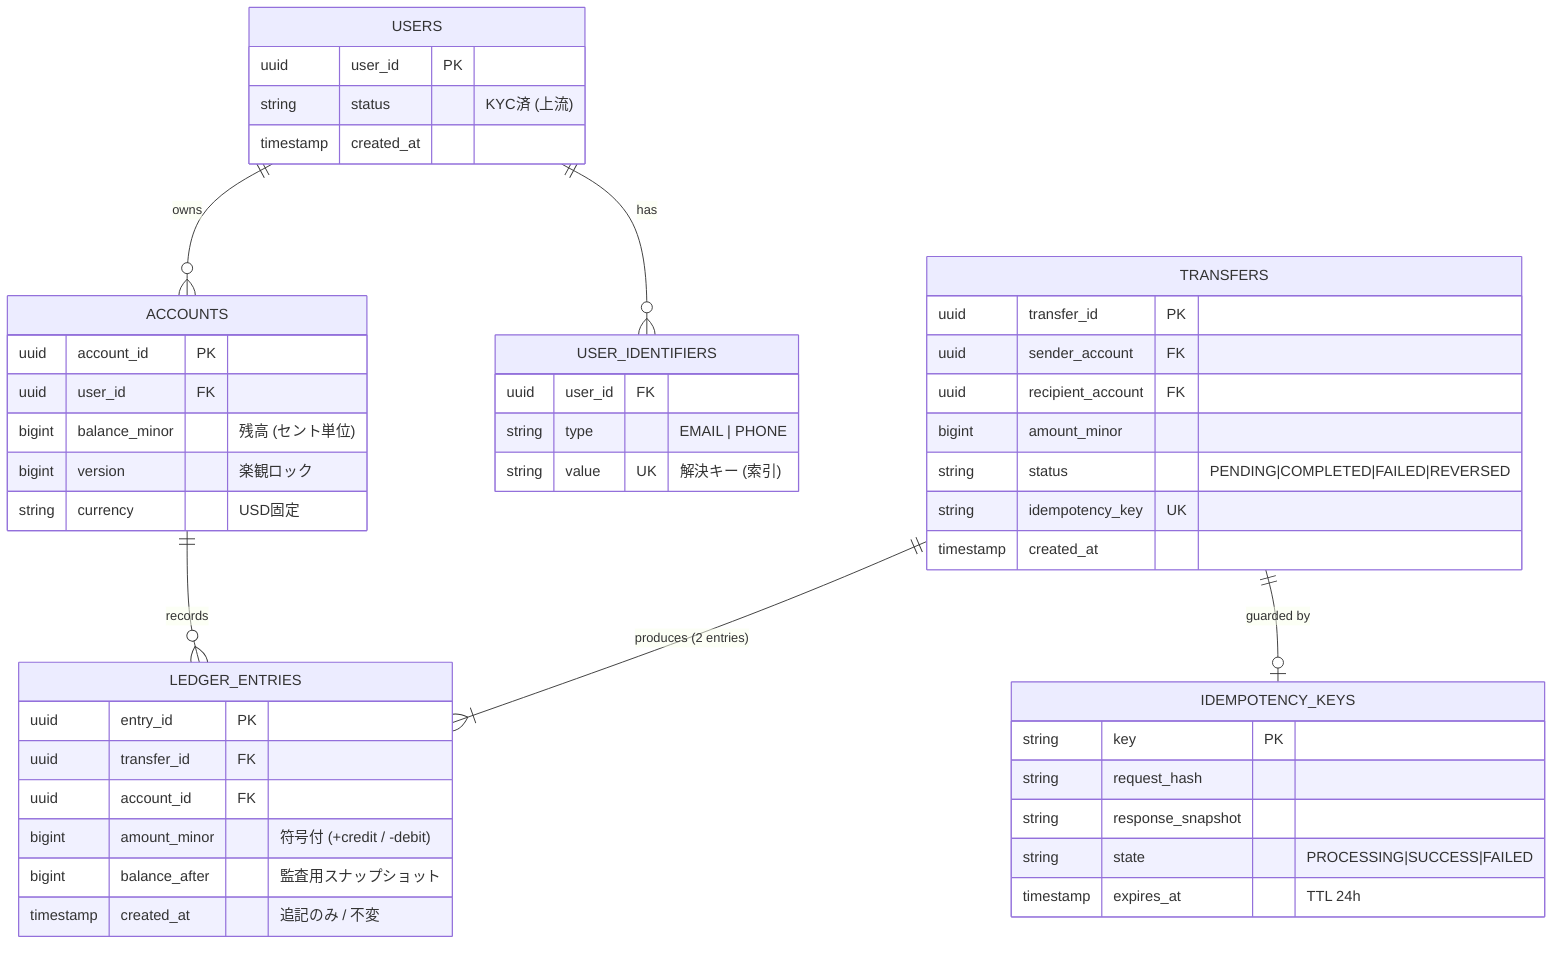
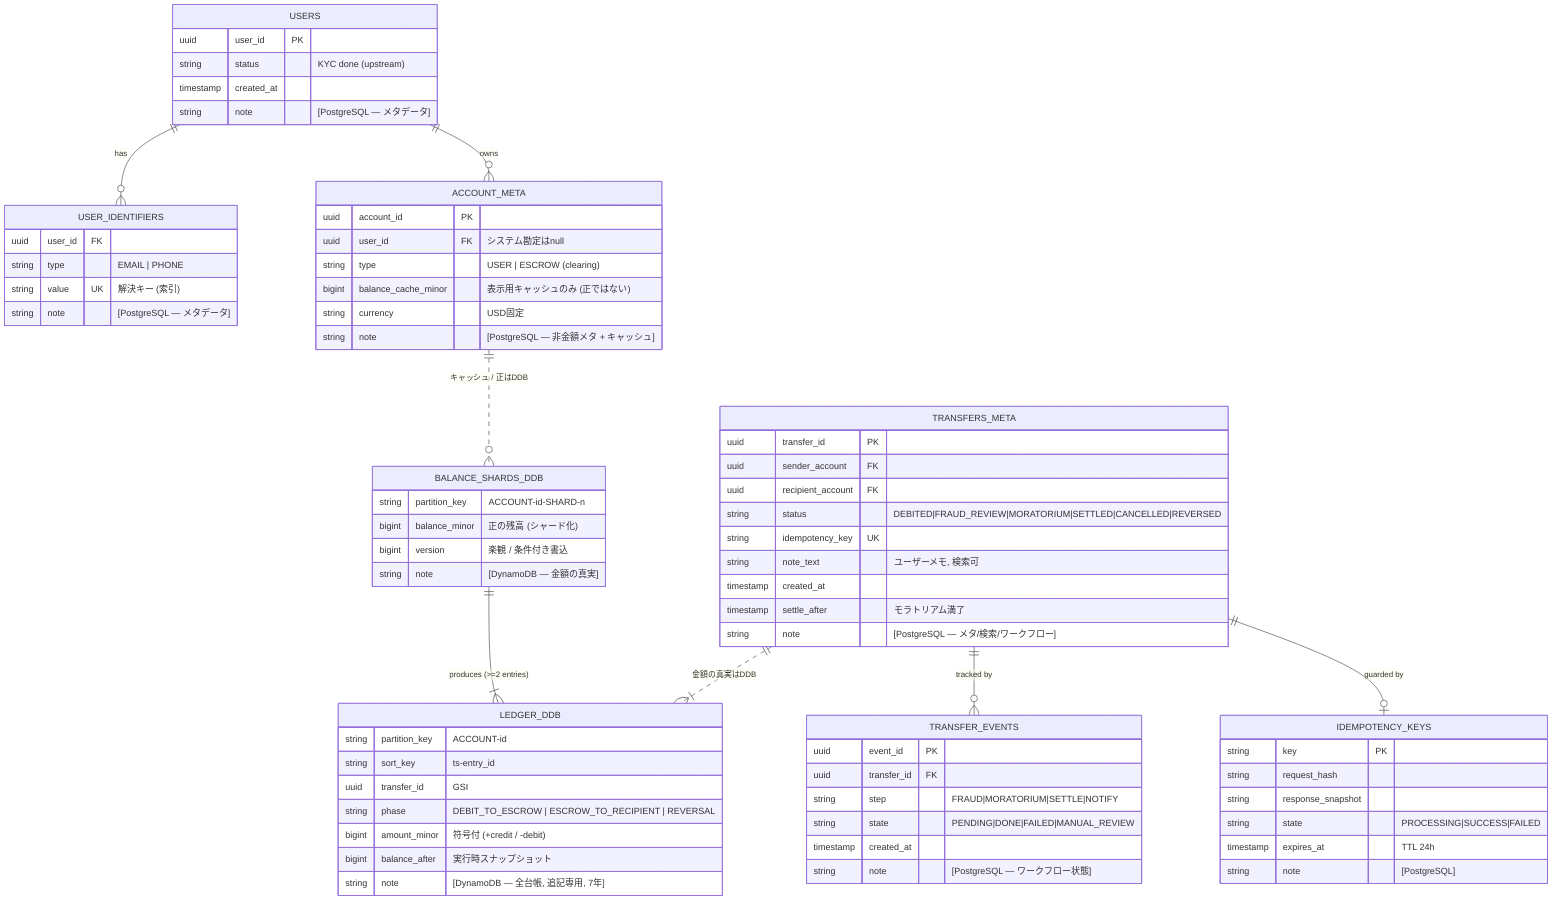
erDiagram
-     USERS ||--o{ ACCOUNTS : "owns"
+     USERS ||--o{ ACCOUNT_META : "owns"
    USERS ||--o{ USER_IDENTIFIERS : "has"
-     ACCOUNTS ||--o{ LEDGER_ENTRIES : "records"
-     TRANSFERS ||--|{ LEDGER_ENTRIES : "produces (2 entries)"
-     TRANSFERS ||--o| IDEMPOTENCY_KEYS : "guarded by"
+     ACCOUNT_META ||..o{ BALANCE_SHARDS_DDB : "キャッシュ / 正はDDB"
+     TRANSFERS_META ||--o| IDEMPOTENCY_KEYS : "guarded by"
+     TRANSFERS_META ||--o{ TRANSFER_EVENTS : "tracked by"
+     TRANSFERS_META ||..|{ LEDGER_DDB : "金額の真実はDDB"
+     BALANCE_SHARDS_DDB ||--|{ LEDGER_DDB : "produces (>=2 entries)"

    USERS {
        uuid user_id PK
-         string status "KYC済 (上流)"
+         string status "KYC done (upstream)"
        timestamp created_at
+         string note "[PostgreSQL — メタデータ]"
    }

    USER_IDENTIFIERS {
        uuid user_id FK
        string type "EMAIL | PHONE"
        string value UK "解決キー (索引)"
+         string note "[PostgreSQL — メタデータ]"
    }

-     ACCOUNTS {
+     ACCOUNT_META {
        uuid account_id PK
-         uuid user_id FK
-         bigint balance_minor "残高 (セント単位)"
-         bigint version "楽観ロック"
+         uuid user_id FK "システム勘定はnull"
+         string type "USER | ESCROW (clearing)"
+         bigint balance_cache_minor "表示用キャッシュのみ (正ではない)"
        string currency "USD固定"
+         string note "[PostgreSQL — 非金額メタ + キャッシュ]"
    }

-     TRANSFERS {
+     TRANSFERS_META {
        uuid transfer_id PK
        uuid sender_account FK
        uuid recipient_account FK
-         bigint amount_minor
-         string status "PENDING|COMPLETED|FAILED|REVERSED"
+         string status "DEBITED|FRAUD_REVIEW|MORATORIUM|SETTLED|CANCELLED|REVERSED"
        string idempotency_key UK
+         string note_text "ユーザーメモ, 検索可"
        timestamp created_at
+         timestamp settle_after "モラトリアム満了"
+         string note "[PostgreSQL — メタ/検索/ワークフロー]"
    }

-     LEDGER_ENTRIES {
-         uuid entry_id PK
+     TRANSFER_EVENTS {
+         uuid event_id PK
        uuid transfer_id FK
-         uuid account_id FK
-         bigint amount_minor "符号付 (+credit / -debit)"
-         bigint balance_after "監査用スナップショット"
-         timestamp created_at "追記のみ / 不変"
+         string step "FRAUD|MORATORIUM|SETTLE|NOTIFY"
+         string state "PENDING|DONE|FAILED|MANUAL_REVIEW"
+         timestamp created_at
+         string note "[PostgreSQL — ワークフロー状態]"
    }

    IDEMPOTENCY_KEYS {
        string key PK
        string request_hash
        string response_snapshot
        string state "PROCESSING|SUCCESS|FAILED"
        timestamp expires_at "TTL 24h"
+         string note "[PostgreSQL]"
    }
+ 
+     BALANCE_SHARDS_DDB {
+         string partition_key "ACCOUNT-id-SHARD-n"
+         bigint balance_minor "正の残高 (シャード化)"
+         bigint version "楽観 / 条件付き書込"
+         string note "[DynamoDB — 金額の真実]"
+     }
+ 
+     LEDGER_DDB {
+         string partition_key "ACCOUNT-id"
+         string sort_key "ts-entry_id"
+         uuid transfer_id "GSI"
+         string phase "DEBIT_TO_ESCROW | ESCROW_TO_RECIPIENT | REVERSAL"
+         bigint amount_minor "符号付 (+credit / -debit)"
+         bigint balance_after "実行時スナップショット"
+         string note "[DynamoDB — 全台帳, 追記専用, 7年]"
+     }
